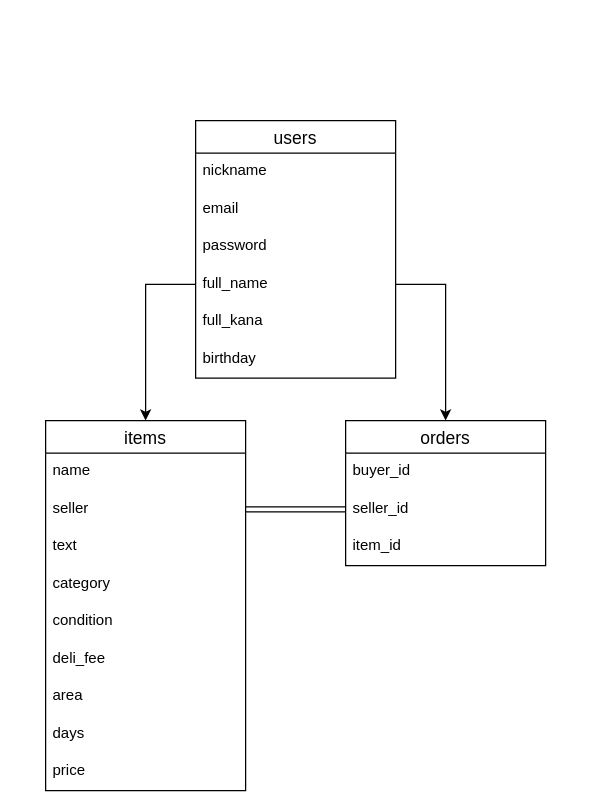
miyamoto-yoshiki/furima-31734 keeps this draw.io diagram as data.dio. Above is the earlier version. Source tidied: cells renumbered, new cells numbered last; positions are measured from the earlier drawing's top-left corner, leaving out a move shared by most shapes. Both pictures are drawn from the tidied source at 125%, with x=0, y=0 at pixel (45, 120).
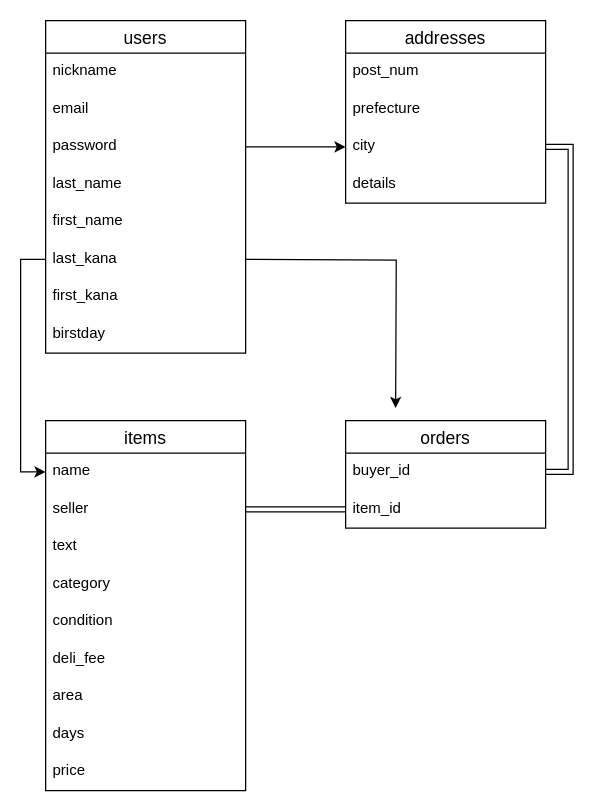
After the change.

Commit message (it also covers changes not shown here):
README修正 ＆ addresssesテーブル追加

Unchanged cells that the change refers to:
```xml
<mxCell id="10" value="buyer_id" style="text;strokeColor=none;fillColor=none;spacingLeft=4;spacingRight=4;overflow=hidden;points=[[0,0.5],[1,0.5]];portConstraint=eastwest;fontSize=12;" parent="9" vertex="1">
  <mxGeometry y="26" width="160" height="30" as="geometry" />
</mxCell>
<mxCell id="13" value="items" style="swimlane;fontStyle=0;horizontal=1;startSize=26;align=center;fontSize=14;" parent="1" vertex="1">
  <mxGeometry y="240" width="160" height="296" as="geometry" />
</mxCell>
<mxCell id="14" value="name" style="text;strokeColor=none;fillColor=none;spacingLeft=4;spacingRight=4;overflow=hidden;points=[[0,0.5],[1,0.5]];portConstraint=eastwest;fontSize=12;" parent="13" vertex="1">
  <mxGeometry y="26" width="160" height="30" as="geometry" />
</mxCell>
<mxCell id="15" value="seller" style="text;strokeColor=none;fillColor=none;spacingLeft=4;spacingRight=4;overflow=hidden;points=[[0,0.5],[1,0.5]];portConstraint=eastwest;fontSize=12;" parent="13" vertex="1">
  <mxGeometry y="56" width="160" height="30" as="geometry" />
</mxCell>
```

What changed in the source:
```diff
@@
-    <mxCell id="2" value="users" style="swimlane;fontStyle=0;horizontal=1;startSize=26;align=center;fontSize=14;" parent="1" vertex="1">
-      <mxGeometry x="120" width="160" height="206" as="geometry" />
-    </mxCell>
-    <mxCell id="3" value="nickname" style="text;strokeColor=none;fillColor=none;spacingLeft=4;spacingRight=4;overflow=hidden;fontSize=12;" parent="2" vertex="1">
-      <mxGeometry y="26" width="160" height="30" as="geometry" />
-    </mxCell>
-    <mxCell id="4" value="email" style="text;strokeColor=none;fillColor=none;spacingLeft=4;spacingRight=4;overflow=hidden;fontSize=12;" parent="2" vertex="1">
-      <mxGeometry y="56" width="160" height="30" as="geometry" />
-    </mxCell>
-    <mxCell id="5" value="password" style="text;strokeColor=none;fillColor=none;spacingLeft=4;spacingRight=4;overflow=hidden;points=[[0,0.5],[1,0.5]];portConstraint=eastwest;fontSize=12;" parent="2" vertex="1">
-      <mxGeometry y="86" width="160" height="30" as="geometry" />
-    </mxCell>
-    <mxCell id="6" value="full_name" style="text;strokeColor=none;fillColor=none;spacingLeft=4;spacingRight=4;overflow=hidden;points=[[0,0.5],[1,0.5]];portConstraint=eastwest;fontSize=12;" parent="2" vertex="1">
-      <mxGeometry y="116" width="160" height="30" as="geometry" />
-    </mxCell>
-    <mxCell id="7" value="full_kana" style="text;strokeColor=none;fillColor=none;spacingLeft=4;spacingRight=4;overflow=hidden;fontSize=12;" parent="2" vertex="1">
-      <mxGeometry y="146" width="160" height="30" as="geometry" />
-    </mxCell>
-    <mxCell id="8" value="birthday" style="text;strokeColor=none;fillColor=none;spacingLeft=4;spacingRight=4;overflow=hidden;fontSize=12;" parent="2" vertex="1">
-      <mxGeometry y="176" width="160" height="30" as="geometry" />
-    </mxCell>
     <mxCell id="9" value="orders" style="swimlane;fontStyle=0;horizontal=1;startSize=26;align=center;fontSize=14;" parent="1" vertex="1">
-      <mxGeometry x="240" y="240" width="160" height="116" as="geometry" />
+      <mxGeometry x="240" y="240" width="160" height="86" as="geometry" />
     </mxCell>
@@
-    <mxCell id="11" value="seller_id" style="text;strokeColor=none;fillColor=none;spacingLeft=4;spacingRight=4;overflow=hidden;points=[[0,0.5],[1,0.5]];portConstraint=eastwest;fontSize=12;" parent="9" vertex="1">
-      <mxGeometry y="56" width="160" height="30" as="geometry" />
-    </mxCell>
     <mxCell id="12" value="item_id" style="text;strokeColor=none;fillColor=none;spacingLeft=4;spacingRight=4;overflow=hidden;fontSize=12;" parent="9" vertex="1">
-      <mxGeometry y="86" width="160" height="30" as="geometry" />
+      <mxGeometry y="56" width="160" height="30" as="geometry" />
     </mxCell>
@@
-    <mxCell id="23" style="edgeStyle=orthogonalEdgeStyle;rounded=0;jettySize=auto;html=1;exitX=1;exitY=0.5;exitDx=0;exitDy=0;entryX=0.5;entryY=0;entryDx=0;entryDy=0;" parent="1" edge="1" source="6" target="9">
-      <mxGeometry relative="1" as="geometry" />
-    </mxCell>
-    <mxCell id="24" style="edgeStyle=orthogonalEdgeStyle;shape=link;rounded=0;jettySize=auto;html=1;exitX=1;exitY=0.5;exitDx=0;exitDy=0;entryX=0;entryY=0.5;entryDx=0;entryDy=0;" parent="1" edge="1" source="15" target="11">
-      <mxGeometry relative="1" as="geometry" />
+    <mxCell id="24" style="edgeStyle=orthogonalEdgeStyle;shape=link;rounded=0;jettySize=auto;html=1;exitX=1;exitY=0.5;exitDx=0;exitDy=0;entryX=0;entryY=0.5;entryDx=0;entryDy=0;" parent="1" edge="1" source="15">
+      <mxGeometry relative="1" as="geometry">
+        <mxPoint x="240" y="311" as="targetPoint" />
+      </mxGeometry>
     </mxCell>
-    <mxCell id="25" style="edgeStyle=orthogonalEdgeStyle;rounded=0;jettySize=auto;html=1;exitX=0;exitY=0.5;exitDx=0;exitDy=0;entryX=0.5;entryY=0;entryDx=0;entryDy=0;" parent="1" edge="1" source="6" target="13">
-      <mxGeometry relative="1" as="geometry" />
-    </mxCell>
+    <mxCell id="2" value="users" style="swimlane;fontStyle=0;horizontal=1;startSize=26;align=center;fontSize=14;" parent="1" vertex="1">
+      <mxGeometry y="-80" width="160" height="266" as="geometry" />
+    </mxCell>
+    <mxCell id="3" value="nickname" style="text;strokeColor=none;fillColor=none;spacingLeft=4;spacingRight=4;overflow=hidden;fontSize=12;" parent="2" vertex="1">
+      <mxGeometry y="26" width="160" height="30" as="geometry" />
+    </mxCell>
+    <mxCell id="4" value="email" style="text;strokeColor=none;fillColor=none;spacingLeft=4;spacingRight=4;overflow=hidden;fontSize=12;" parent="2" vertex="1">
+      <mxGeometry y="56" width="160" height="30" as="geometry" />
+    </mxCell>
+    <mxCell id="5" value="password" style="text;strokeColor=none;fillColor=none;spacingLeft=4;spacingRight=4;overflow=hidden;points=[[0,0.5],[1,0.5]];portConstraint=eastwest;fontSize=12;" parent="2" vertex="1">
+      <mxGeometry y="86" width="160" height="30" as="geometry" />
+    </mxCell>
+    <mxCell id="6" value="last_name" style="text;strokeColor=none;fillColor=none;spacingLeft=4;spacingRight=4;overflow=hidden;points=[[0,0.5],[1,0.5]];portConstraint=eastwest;fontSize=12;" parent="2" vertex="1">
+      <mxGeometry y="116" width="160" height="30" as="geometry" />
+    </mxCell>
+    <mxCell id="7" value="first_name" style="text;strokeColor=none;fillColor=none;spacingLeft=4;spacingRight=4;overflow=hidden;fontSize=12;" parent="2" vertex="1">
+      <mxGeometry y="146" width="160" height="30" as="geometry" />
+    </mxCell>
+    <mxCell id="26" value="last_kana" style="text;strokeColor=none;fillColor=none;spacingLeft=4;spacingRight=4;overflow=hidden;fontSize=12;" parent="2" vertex="1">
+      <mxGeometry y="176" width="160" height="30" as="geometry" />
+    </mxCell>
+    <mxCell id="27" value="first_kana" style="text;strokeColor=none;fillColor=none;spacingLeft=4;spacingRight=4;overflow=hidden;fontSize=12;" parent="2" vertex="1">
+      <mxGeometry y="206" width="160" height="30" as="geometry" />
+    </mxCell>
+    <mxCell id="28" value="birstday" style="text;strokeColor=none;fillColor=none;spacingLeft=4;spacingRight=4;overflow=hidden;fontSize=12;" parent="2" vertex="1">
+      <mxGeometry y="236" width="160" height="30" as="geometry" />
+    </mxCell>
+    <mxCell id="29" style="edgeStyle=orthogonalEdgeStyle;rounded=0;jettySize=auto;html=1;exitX=0;exitY=0.5;exitDx=0;exitDy=0;entryX=0;entryY=0.5;entryDx=0;entryDy=0;" parent="1" edge="1" target="14">
+      <mxGeometry relative="1" as="geometry">
+        <mxPoint y="111" as="sourcePoint" />
+        <Array as="points">
+          <mxPoint x="-20" y="111" />
+          <mxPoint x="-20" y="281" />
+        </Array>
+      </mxGeometry>
+    </mxCell>
+    <mxCell id="30" style="edgeStyle=orthogonalEdgeStyle;rounded=0;orthogonalLoop=1;jettySize=auto;html=1;exitX=1;exitY=0.5;exitDx=0;exitDy=0;" parent="1" edge="1">
+      <mxGeometry relative="1" as="geometry">
+        <mxPoint x="160" y="111" as="sourcePoint" />
+        <mxPoint x="280" y="230" as="targetPoint" />
+      </mxGeometry>
+    </mxCell>
+    <mxCell id="31" value="addresses" style="swimlane;fontStyle=0;horizontal=1;startSize=26;align=center;fontSize=14;" parent="1" vertex="1">
+      <mxGeometry x="240" y="-80" width="160" height="146" as="geometry" />
+    </mxCell>
+    <mxCell id="32" value="post_num" style="text;strokeColor=none;fillColor=none;spacingLeft=4;spacingRight=4;overflow=hidden;fontSize=12;" parent="31" vertex="1">
+      <mxGeometry y="26" width="160" height="30" as="geometry" />
+    </mxCell>
+    <mxCell id="33" value="prefecture" style="text;strokeColor=none;fillColor=none;spacingLeft=4;spacingRight=4;overflow=hidden;fontSize=12;" parent="31" vertex="1">
+      <mxGeometry y="56" width="160" height="30" as="geometry" />
+    </mxCell>
+    <mxCell id="34" value="city" style="text;strokeColor=none;fillColor=none;spacingLeft=4;spacingRight=4;overflow=hidden;points=[[0,0.5],[1,0.5]];portConstraint=eastwest;fontSize=12;" parent="31" vertex="1">
+      <mxGeometry y="86" width="160" height="30" as="geometry" />
+    </mxCell>
+    <mxCell id="35" value="details" style="text;strokeColor=none;fillColor=none;spacingLeft=4;spacingRight=4;overflow=hidden;fontSize=12;" parent="31" vertex="1">
+      <mxGeometry y="116" width="160" height="30" as="geometry" />
+    </mxCell>
+    <mxCell id="36" style="edgeStyle=orthogonalEdgeStyle;rounded=0;jettySize=auto;html=1;exitX=1;exitY=0.5;exitDx=0;exitDy=0;entryX=0;entryY=0.5;entryDx=0;entryDy=0;" parent="1" edge="1" source="5" target="34">
+      <mxGeometry relative="1" as="geometry" />
+    </mxCell>
+    <mxCell id="37" style="edgeStyle=orthogonalEdgeStyle;shape=link;rounded=0;jettySize=auto;html=1;exitX=1;exitY=0.5;exitDx=0;exitDy=0;entryX=1;entryY=0.5;entryDx=0;entryDy=0;" parent="1" edge="1" source="34" target="10">
+      <mxGeometry relative="1" as="geometry" />
+    </mxCell>
```
